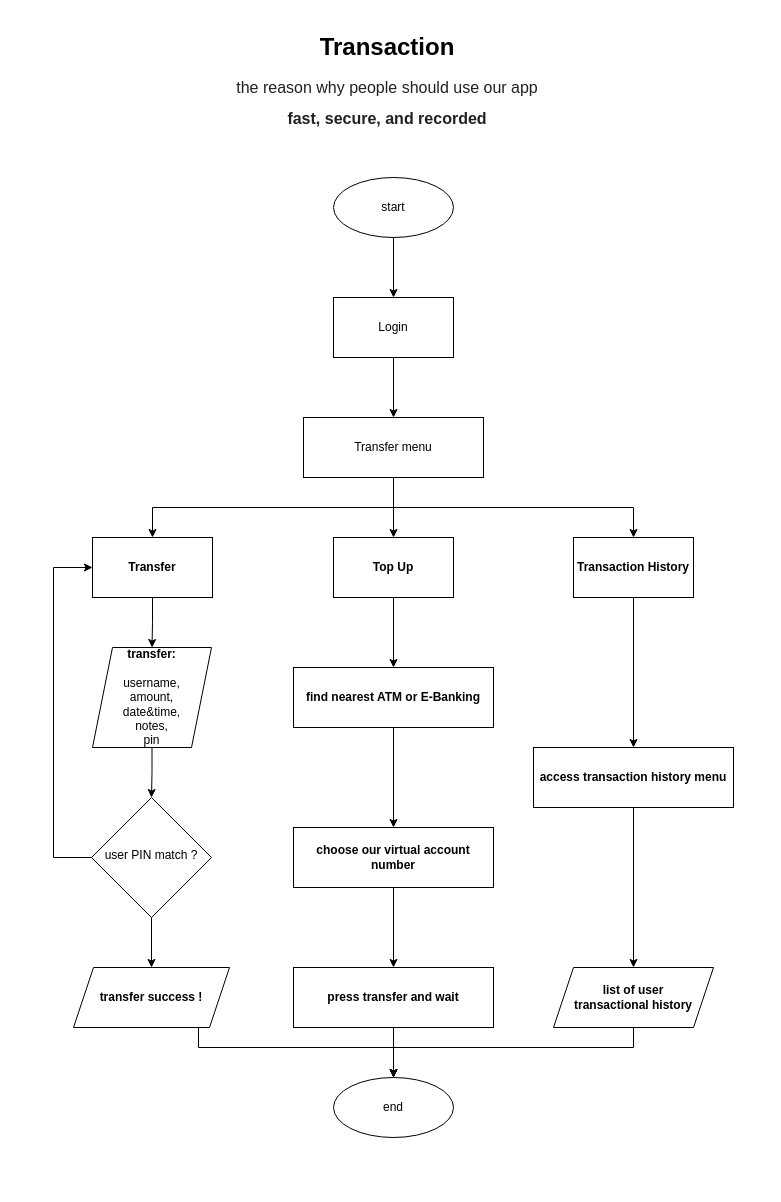
Above: page "Transaction" (2 of 3) of Walletchip.drawio in budimanindra/walletchip-backend (draw.io), before the change. Source tidied: cells renumbered, new cells numbered last; positions are measured from the earlier drawing's top-left corner, leaving out a move shared by most shapes. Both pictures are drawn from the tidied source at 100%, with x=0, y=0 at pixel (53, 27).
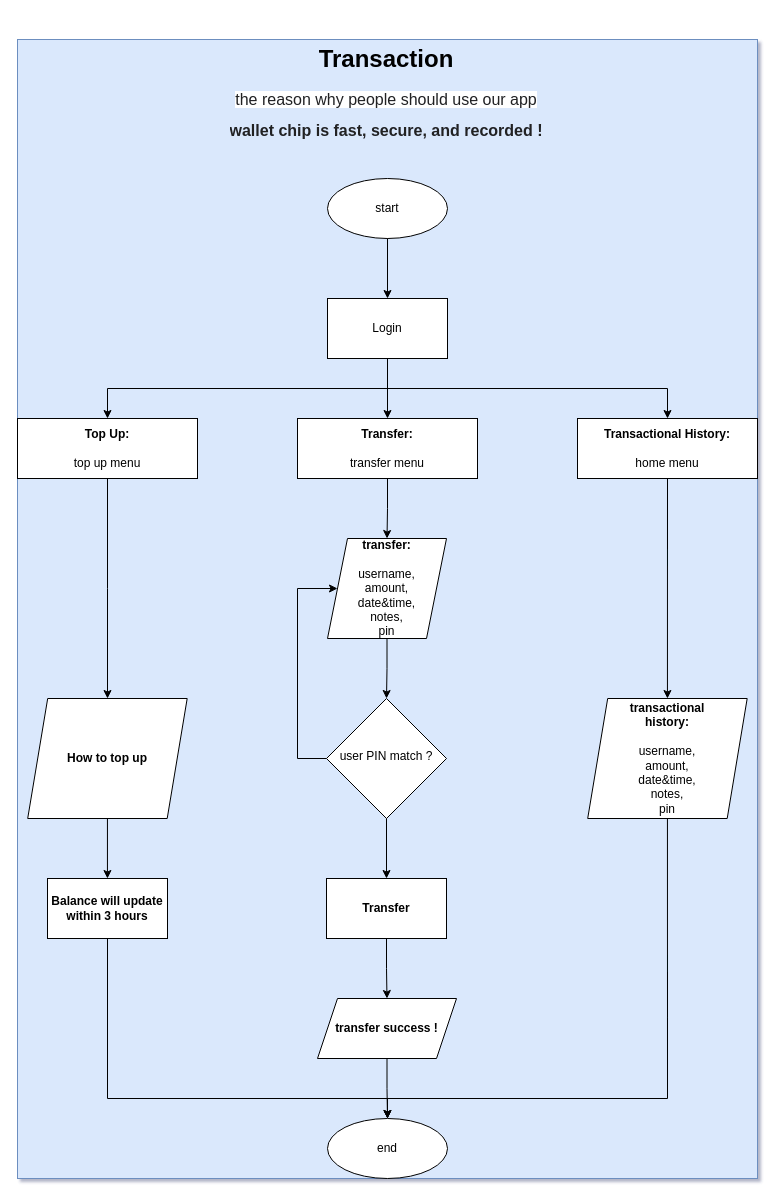
Above is the later version.

Diff of the diagram source:
```diff
@@
-<mxGraphModel>
+<mxGraphModel shadow="1">
@@
-    <mxCell id="2" style="edgeStyle=orthogonalEdgeStyle;rounded=0;jettySize=auto;html=1;exitX=0.5;exitY=1;exitDx=0;exitDy=0;" parent="1" edge="1" source="3" target="11">
-      <mxGeometry relative="1" as="geometry" />
-    </mxCell>
+    <mxCell id="35" style="group;fillColor=#dae8fc;strokeColor=#6c8ebf;" parent="1" vertex="1">
+      <mxGeometry x="-36" y="12" width="740" height="1139" as="geometry" />
+    </mxCell>
-    <mxCell id="3" value="start" style="ellipse;whiteSpace=wrap;html=1;" parent="1" vertex="1">
-      <mxGeometry x="280" y="150" width="120" height="60" as="geometry" />
+    <mxCell id="3" value="start" style="ellipse;whiteSpace=wrap;html=1;" parent="35" vertex="1">
+      <mxGeometry x="310" y="139" width="120" height="60" as="geometry" />
     </mxCell>
-    <mxCell id="4" value="end" style="ellipse;whiteSpace=wrap;html=1;" parent="1" vertex="1">
-      <mxGeometry x="280" y="1050" width="120" height="60" as="geometry" />
+    <mxCell id="4" value="end" style="ellipse;whiteSpace=wrap;html=1;" parent="35" vertex="1">
+      <mxGeometry x="310" y="1079" width="120" height="60" as="geometry" />
     </mxCell>
-    <mxCell id="5" style="edgeStyle=orthogonalEdgeStyle;rounded=0;jettySize=auto;html=1;exitX=0.5;exitY=1;exitDx=0;exitDy=0;entryX=0.5;entryY=0;entryDx=0;entryDy=0;" parent="1" edge="1" source="8" target="20">
-      <mxGeometry relative="1" as="geometry" />
-    </mxCell>
-    <mxCell id="6" style="edgeStyle=orthogonalEdgeStyle;rounded=0;jettySize=auto;html=1;exitX=0.5;exitY=1;exitDx=0;exitDy=0;" parent="1" edge="1" source="8" target="22">
-      <mxGeometry relative="1" as="geometry" />
-    </mxCell>
-    <mxCell id="7" style="edgeStyle=orthogonalEdgeStyle;rounded=0;jettySize=auto;html=1;exitX=0.5;exitY=1;exitDx=0;exitDy=0;" parent="1" edge="1" source="8" target="30">
-      <mxGeometry relative="1" as="geometry" />
-    </mxCell>
-    <mxCell id="8" value="Transfer menu" style="rounded=0;whiteSpace=wrap;html=1;" parent="1" vertex="1">
-      <mxGeometry x="250" y="390" width="180" height="60" as="geometry" />
+    <mxCell id="8" value="&lt;b&gt;Transfer:&lt;br&gt;&lt;/b&gt;&lt;br&gt;transfer menu" style="rounded=0;whiteSpace=wrap;html=1;" parent="35" vertex="1">
+      <mxGeometry x="280" y="379" width="180" height="60" as="geometry" />
     </mxCell>
-    <mxCell id="9" value="&lt;h1&gt;Transaction&lt;/h1&gt;&lt;p&gt;&lt;font color=&quot;#202124&quot; face=&quot;arial, sans-serif&quot;&gt;&lt;span style=&quot;font-size: 16px ; background-color: rgb(255 , 255 , 255)&quot;&gt;the reason why people should use our app&lt;/span&gt;&lt;/font&gt;&lt;/p&gt;&lt;p&gt;&lt;b style=&quot;color: rgb(32 , 33 , 36) ; font-family: &amp;#34;arial&amp;#34; , sans-serif ; font-size: 16px&quot;&gt;fast, secure, and recorded&lt;/b&gt;&lt;/p&gt;" style="text;html=1;strokeColor=none;fillColor=none;spacing=5;spacingTop=-20;whiteSpace=wrap;overflow=hidden;rounded=0;align=center;" parent="1" vertex="1">
-      <mxGeometry x="124" width="420" height="120" as="geometry" />
+    <mxCell id="9" value="&lt;h1&gt;Transaction&lt;/h1&gt;&lt;p&gt;&lt;font color=&quot;#202124&quot; face=&quot;arial, sans-serif&quot;&gt;&lt;span style=&quot;font-size: 16px ; background-color: rgb(255 , 255 , 255)&quot;&gt;the reason why people should use our app&lt;/span&gt;&lt;/font&gt;&lt;/p&gt;&lt;p&gt;&lt;b style=&quot;color: rgb(32 , 33 , 36) ; font-family: &amp;#34;arial&amp;#34; , sans-serif ; font-size: 16px&quot;&gt;wallet chip is fast, secure, and recorded !&lt;/b&gt;&lt;/p&gt;" style="text;html=1;strokeColor=none;fillColor=none;spacing=5;spacingTop=-20;whiteSpace=wrap;overflow=hidden;rounded=0;align=center;" parent="35" vertex="1">
+      <mxGeometry x="159" width="420" height="120" as="geometry" />
     </mxCell>
-    <mxCell id="10" style="edgeStyle=orthogonalEdgeStyle;rounded=0;jettySize=auto;html=1;exitX=0.5;exitY=1;exitDx=0;exitDy=0;" parent="1" edge="1" source="11" target="8">
+    <mxCell id="10" style="edgeStyle=orthogonalEdgeStyle;rounded=0;jettySize=auto;html=1;exitX=0.5;exitY=1;exitDx=0;exitDy=0;" parent="35" edge="1" source="11" target="8">
       <mxGeometry relative="1" as="geometry" />
     </mxCell>
-    <mxCell id="11" value="Login" style="rounded=0;whiteSpace=wrap;html=1;" parent="1" vertex="1">
-      <mxGeometry x="280" y="270" width="120" height="60" as="geometry" />
+    <mxCell id="11" value="Login" style="rounded=0;whiteSpace=wrap;html=1;" parent="35" vertex="1">
+      <mxGeometry x="310" y="259" width="120" height="60" as="geometry" />
     </mxCell>
+    <mxCell id="2" style="edgeStyle=orthogonalEdgeStyle;rounded=0;jettySize=auto;html=1;exitX=0.5;exitY=1;exitDx=0;exitDy=0;" parent="35" edge="1" source="3" target="11">
+      <mxGeometry relative="1" as="geometry" />
+    </mxCell>
+    <mxCell id="13" value="&lt;b&gt;transfer:&lt;br&gt;&lt;/b&gt;&lt;br&gt;username,&lt;br&gt;amount,&lt;br&gt;date&amp;amp;time,&lt;br&gt;notes,&lt;br&gt;pin" style="shape=parallelogram;perimeter=parallelogramPerimeter;whiteSpace=wrap;html=1;fixedSize=1;" parent="35" vertex="1">
+      <mxGeometry x="310" y="499" width="119" height="100" as="geometry" />
+    </mxCell>
+    <mxCell id="36" style="edgeStyle=orthogonalEdgeStyle;rounded=0;jettySize=auto;html=1;exitX=0.5;exitY=1;exitDx=0;exitDy=0;" parent="35" edge="1" source="8" target="13">
+      <mxGeometry relative="1" as="geometry" />
+    </mxCell>
+    <mxCell id="37" style="edgeStyle=orthogonalEdgeStyle;rounded=0;jettySize=auto;html=1;exitX=0;exitY=0.5;exitDx=0;exitDy=0;entryX=0;entryY=0.5;entryDx=0;entryDy=0;" parent="35" edge="1" source="16" target="13">
+      <mxGeometry relative="1" as="geometry">
+        <Array as="points">
+          <mxPoint x="280" y="719" />
+          <mxPoint x="280" y="549" />
+        </Array>
+      </mxGeometry>
+    </mxCell>
+    <mxCell id="16" value="user PIN match ?" style="rhombus;whiteSpace=wrap;html=1;shadow=0;fontFamily=Helvetica;fontSize=12;align=center;strokeWidth=1;spacing=6;spacingTop=-4;" parent="35" vertex="1">
+      <mxGeometry x="309" y="659" width="120" height="120" as="geometry" />
+    </mxCell>
-    <mxCell id="12" style="edgeStyle=orthogonalEdgeStyle;rounded=0;jettySize=auto;html=1;exitX=0.5;exitY=1;exitDx=0;exitDy=0;entryX=0.5;entryY=0;entryDx=0;entryDy=0;" parent="1" edge="1" source="13" target="16">
+    <mxCell id="12" style="edgeStyle=orthogonalEdgeStyle;rounded=0;jettySize=auto;html=1;exitX=0.5;exitY=1;exitDx=0;exitDy=0;" parent="35" edge="1" source="13" target="16">
       <mxGeometry relative="1" as="geometry" />
     </mxCell>
-    <mxCell id="13" value="&lt;b&gt;transfer:&lt;br&gt;&lt;/b&gt;&lt;br&gt;username,&lt;br&gt;amount,&lt;br&gt;date&amp;amp;time,&lt;br&gt;notes,&lt;br&gt;pin" style="shape=parallelogram;perimeter=parallelogramPerimeter;whiteSpace=wrap;html=1;fixedSize=1;" parent="1" vertex="1">
-      <mxGeometry x="39" y="620" width="119" height="100" as="geometry" />
-    </mxCell>
-    <mxCell id="14" style="edgeStyle=orthogonalEdgeStyle;rounded=0;jettySize=auto;html=1;exitX=0.5;exitY=1;exitDx=0;exitDy=0;entryX=0.5;entryY=0;entryDx=0;entryDy=0;" parent="1" edge="1" source="16" target="18">
-      <mxGeometry relative="1" as="geometry" />
-    </mxCell>
-    <mxCell id="15" style="edgeStyle=orthogonalEdgeStyle;rounded=0;jettySize=auto;html=1;exitX=0;exitY=0.5;exitDx=0;exitDy=0;entryX=0;entryY=0.5;entryDx=0;entryDy=0;" parent="1" edge="1" source="16" target="20">
-      <mxGeometry relative="1" as="geometry">
-        <Array as="points">
-          <mxPoint y="830" />
-          <mxPoint y="540" />
-        </Array>
-      </mxGeometry>
-    </mxCell>
-    <mxCell id="16" value="user PIN match ?" style="rhombus;whiteSpace=wrap;html=1;shadow=0;fontFamily=Helvetica;fontSize=12;align=center;strokeWidth=1;spacing=6;spacingTop=-4;" parent="1" vertex="1">
-      <mxGeometry x="38" y="770" width="120" height="120" as="geometry" />
-    </mxCell>
-    <mxCell id="17" style="edgeStyle=orthogonalEdgeStyle;rounded=0;jettySize=auto;html=1;exitX=0.5;exitY=1;exitDx=0;exitDy=0;entryX=0.5;entryY=0;entryDx=0;entryDy=0;" parent="1" edge="1" source="18" target="4">
-      <mxGeometry relative="1" as="geometry">
-        <Array as="points">
-          <mxPoint x="145" y="1020" />
-          <mxPoint x="340" y="1020" />
-        </Array>
-      </mxGeometry>
+    <mxCell id="17" style="edgeStyle=orthogonalEdgeStyle;rounded=0;jettySize=auto;html=1;exitX=0.5;exitY=1;exitDx=0;exitDy=0;" parent="35" edge="1" source="18" target="4">
+      <mxGeometry relative="1" as="geometry" />
     </mxCell>
-    <mxCell id="18" value="&lt;b&gt;transfer success !&lt;/b&gt;" style="shape=parallelogram;perimeter=parallelogramPerimeter;whiteSpace=wrap;html=1;fixedSize=1;" parent="1" vertex="1">
-      <mxGeometry x="20" y="940" width="156" height="60" as="geometry" />
+    <mxCell id="18" value="&lt;b&gt;transfer success !&lt;/b&gt;" style="shape=parallelogram;perimeter=parallelogramPerimeter;whiteSpace=wrap;html=1;fixedSize=1;" parent="35" vertex="1">
+      <mxGeometry x="300" y="959" width="139" height="60" as="geometry" />
     </mxCell>
-    <mxCell id="19" style="edgeStyle=orthogonalEdgeStyle;rounded=0;jettySize=auto;html=1;exitX=0.5;exitY=1;exitDx=0;exitDy=0;entryX=0.5;entryY=0;entryDx=0;entryDy=0;" parent="1" edge="1" source="20" target="13">
-      <mxGeometry relative="1" as="geometry" />
-    </mxCell>
+    <mxCell id="38" style="edgeStyle=orthogonalEdgeStyle;rounded=0;jettySize=auto;html=1;exitX=0.5;exitY=1;exitDx=0;exitDy=0;" parent="35" edge="1" source="20" target="18">
+      <mxGeometry relative="1" as="geometry" />
+    </mxCell>
-    <mxCell id="20" value="&lt;b&gt;Transfer&lt;/b&gt;" style="rounded=0;whiteSpace=wrap;html=1;" parent="1" vertex="1">
-      <mxGeometry x="39" y="510" width="120" height="60" as="geometry" />
+    <mxCell id="20" value="&lt;b&gt;Transfer&lt;/b&gt;" style="rounded=0;whiteSpace=wrap;html=1;" parent="35" vertex="1">
+      <mxGeometry x="309" y="839" width="120" height="60" as="geometry" />
     </mxCell>
-    <mxCell id="21" style="edgeStyle=orthogonalEdgeStyle;rounded=0;jettySize=auto;html=1;exitX=0.5;exitY=1;exitDx=0;exitDy=0;" parent="1" edge="1" source="22" target="24">
-      <mxGeometry relative="1" as="geometry" />
-    </mxCell>
-    <mxCell id="22" value="&lt;b&gt;Top Up&lt;/b&gt;" style="rounded=0;whiteSpace=wrap;html=1;" parent="1" vertex="1">
-      <mxGeometry x="280" y="510" width="120" height="60" as="geometry" />
-    </mxCell>
-    <mxCell id="23" style="edgeStyle=orthogonalEdgeStyle;rounded=0;jettySize=auto;html=1;exitX=0.5;exitY=1;exitDx=0;exitDy=0;" parent="1" edge="1" source="24" target="26">
-      <mxGeometry relative="1" as="geometry" />
-    </mxCell>
-    <mxCell id="24" value="&lt;b&gt;find nearest ATM or E-Banking&lt;/b&gt;" style="rounded=0;whiteSpace=wrap;html=1;" parent="1" vertex="1">
-      <mxGeometry x="240" y="640" width="200" height="60" as="geometry" />
-    </mxCell>
-    <mxCell id="25" style="edgeStyle=orthogonalEdgeStyle;rounded=0;jettySize=auto;html=1;exitX=0.5;exitY=1;exitDx=0;exitDy=0;" parent="1" edge="1" source="26" target="28">
-      <mxGeometry relative="1" as="geometry" />
-    </mxCell>
-    <mxCell id="26" value="&lt;b&gt;choose our virtual account number&lt;/b&gt;" style="rounded=0;whiteSpace=wrap;html=1;" parent="1" vertex="1">
-      <mxGeometry x="240" y="800" width="200" height="60" as="geometry" />
-    </mxCell>
-    <mxCell id="27" style="edgeStyle=orthogonalEdgeStyle;rounded=0;jettySize=auto;html=1;entryX=0.5;entryY=0;entryDx=0;entryDy=0;" parent="1" edge="1" source="28" target="4">
-      <mxGeometry relative="1" as="geometry" />
-    </mxCell>
-    <mxCell id="28" value="&lt;b&gt;press transfer and wait&lt;/b&gt;" style="rounded=0;whiteSpace=wrap;html=1;" parent="1" vertex="1">
-      <mxGeometry x="240" y="940" width="200" height="60" as="geometry" />
-    </mxCell>
-    <mxCell id="29" style="edgeStyle=orthogonalEdgeStyle;rounded=0;jettySize=auto;html=1;exitX=0.5;exitY=1;exitDx=0;exitDy=0;" parent="1" edge="1" source="30" target="32">
-      <mxGeometry relative="1" as="geometry" />
-    </mxCell>
+    <mxCell id="15" style="edgeStyle=orthogonalEdgeStyle;rounded=0;jettySize=auto;html=1;exitX=0.5;exitY=1;exitDx=0;exitDy=0;" parent="35" edge="1" source="16" target="20">
+      <mxGeometry relative="1" as="geometry" />
+    </mxCell>
-    <mxCell id="30" value="&lt;b&gt;Transaction History&lt;/b&gt;" style="rounded=0;whiteSpace=wrap;html=1;" parent="1" vertex="1">
-      <mxGeometry x="520" y="510" width="120" height="60" as="geometry" />
+    <mxCell id="30" value="&lt;b&gt;Transactional History:&lt;/b&gt;&lt;br&gt;&lt;br&gt;home menu" style="rounded=0;whiteSpace=wrap;html=1;" parent="35" vertex="1">
+      <mxGeometry x="560" y="379" width="180" height="60" as="geometry" />
     </mxCell>
-    <mxCell id="31" style="edgeStyle=orthogonalEdgeStyle;rounded=0;jettySize=auto;html=1;exitX=0.5;exitY=1;exitDx=0;exitDy=0;" parent="1" edge="1" source="32" target="34">
-      <mxGeometry relative="1" as="geometry" />
-    </mxCell>
-    <mxCell id="32" value="&lt;b&gt;access transaction history menu&lt;/b&gt;" style="rounded=0;whiteSpace=wrap;html=1;" parent="1" vertex="1">
-      <mxGeometry x="480" y="720" width="200" height="60" as="geometry" />
-    </mxCell>
-    <mxCell id="33" style="edgeStyle=orthogonalEdgeStyle;rounded=0;jettySize=auto;html=1;exitX=0.5;exitY=1;exitDx=0;exitDy=0;" parent="1" edge="1" source="34" target="4">
-      <mxGeometry relative="1" as="geometry">
-        <Array as="points">
-          <mxPoint x="580" y="1020" />
-          <mxPoint x="340" y="1020" />
-        </Array>
-      </mxGeometry>
-    </mxCell>
-    <mxCell id="34" value="&lt;b&gt;list of user&lt;br&gt;transactional history&lt;/b&gt;" style="shape=parallelogram;perimeter=parallelogramPerimeter;whiteSpace=wrap;html=1;fixedSize=1;" parent="1" vertex="1">
-      <mxGeometry x="500" y="940" width="160" height="60" as="geometry" />
-    </mxCell>
+    <mxCell id="39" style="edgeStyle=orthogonalEdgeStyle;rounded=0;jettySize=auto;html=1;exitX=0.5;exitY=1;exitDx=0;exitDy=0;" parent="35" edge="1" source="11" target="30">
+      <mxGeometry relative="1" as="geometry" />
+    </mxCell>
+    <mxCell id="40" value="&lt;b&gt;Top Up:&lt;/b&gt;&lt;br&gt;&lt;br&gt;top up menu" style="rounded=0;whiteSpace=wrap;html=1;" parent="35" vertex="1">
+      <mxGeometry y="379" width="180" height="60" as="geometry" />
+    </mxCell>
+    <mxCell id="41" style="edgeStyle=orthogonalEdgeStyle;rounded=0;jettySize=auto;html=1;exitX=0.5;exitY=1;exitDx=0;exitDy=0;" parent="35" edge="1" source="11" target="40">
+      <mxGeometry relative="1" as="geometry" />
+    </mxCell>
+    <mxCell id="42" style="edgeStyle=orthogonalEdgeStyle;rounded=0;jettySize=auto;html=1;exitX=0.5;exitY=1;exitDx=0;exitDy=0;entryX=0.5;entryY=0;entryDx=0;entryDy=0;" parent="35" edge="1" source="43" target="4">
+      <mxGeometry relative="1" as="geometry">
+        <Array as="points">
+          <mxPoint x="650" y="1059" />
+          <mxPoint x="370" y="1059" />
+        </Array>
+      </mxGeometry>
+    </mxCell>
+    <mxCell id="43" value="&lt;b&gt;transactional&lt;br&gt;history:&lt;br&gt;&lt;/b&gt;&lt;br&gt;username,&lt;br&gt;amount,&lt;br&gt;date&amp;amp;time,&lt;br&gt;notes,&lt;br&gt;pin" style="shape=parallelogram;perimeter=parallelogramPerimeter;whiteSpace=wrap;html=1;fixedSize=1;" parent="35" vertex="1">
+      <mxGeometry x="570.2" y="659" width="159.5" height="120" as="geometry" />
+    </mxCell>
+    <mxCell id="44" style="edgeStyle=orthogonalEdgeStyle;rounded=0;jettySize=auto;html=1;exitX=0.5;exitY=1;exitDx=0;exitDy=0;entryX=0.5;entryY=0;entryDx=0;entryDy=0;" parent="35" edge="1" source="30" target="43">
+      <mxGeometry relative="1" as="geometry" />
+    </mxCell>
+    <mxCell id="45" value="&lt;b&gt;How to top up&lt;/b&gt;" style="shape=parallelogram;perimeter=parallelogramPerimeter;whiteSpace=wrap;html=1;fixedSize=1;" parent="35" vertex="1">
+      <mxGeometry x="10.2" y="659" width="159.5" height="120" as="geometry" />
+    </mxCell>
+    <mxCell id="46" style="edgeStyle=orthogonalEdgeStyle;rounded=0;jettySize=auto;html=1;exitX=0.5;exitY=1;exitDx=0;exitDy=0;" parent="35" edge="1" source="40" target="45">
+      <mxGeometry relative="1" as="geometry" />
+    </mxCell>
+    <mxCell id="47" style="edgeStyle=orthogonalEdgeStyle;rounded=0;jettySize=auto;html=1;exitX=0.5;exitY=1;exitDx=0;exitDy=0;" parent="35" edge="1" source="48" target="4">
+      <mxGeometry relative="1" as="geometry">
+        <Array as="points">
+          <mxPoint x="90" y="1059" />
+          <mxPoint x="370" y="1059" />
+        </Array>
+      </mxGeometry>
+    </mxCell>
+    <mxCell id="48" value="&lt;b&gt;Balance will update within 3 hours&lt;/b&gt;" style="rounded=0;whiteSpace=wrap;html=1;" parent="35" vertex="1">
+      <mxGeometry x="30" y="839" width="120" height="60" as="geometry" />
+    </mxCell>
+    <mxCell id="49" style="edgeStyle=orthogonalEdgeStyle;rounded=0;jettySize=auto;html=1;exitX=0.5;exitY=1;exitDx=0;exitDy=0;" parent="35" edge="1" source="45" target="48">
+      <mxGeometry relative="1" as="geometry" />
+    </mxCell>
```
